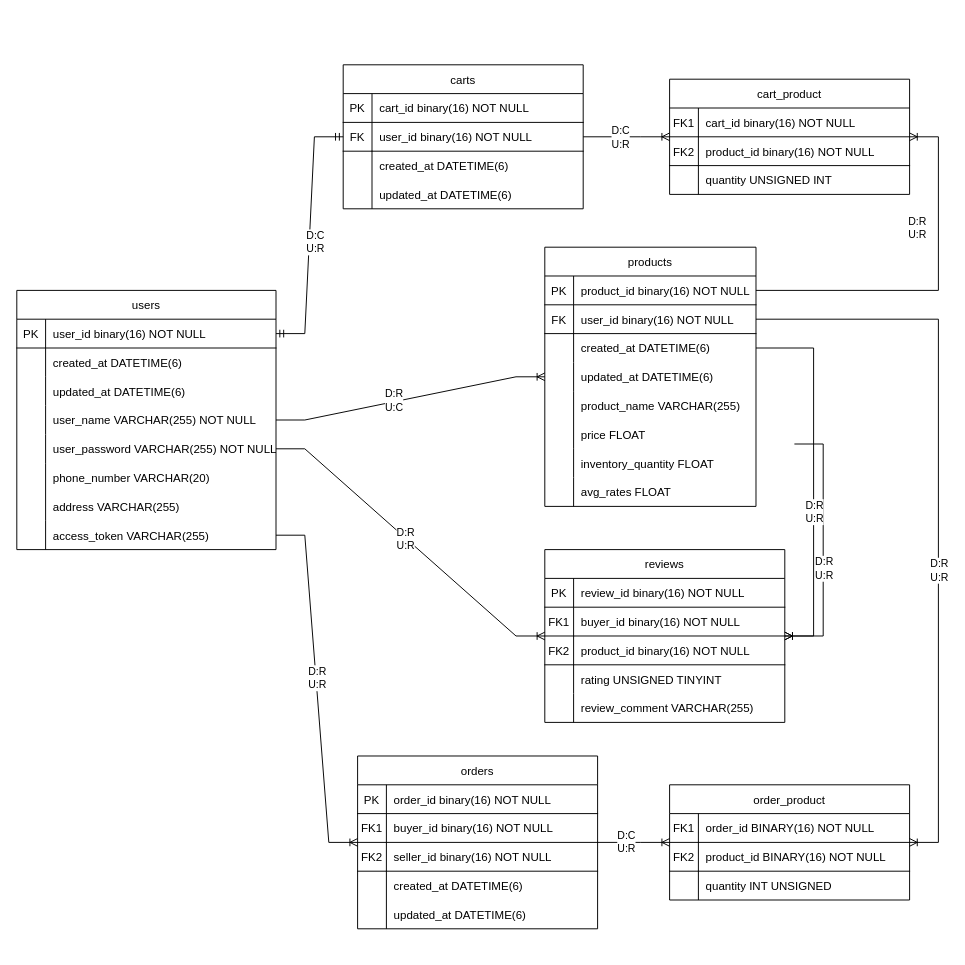
Before: docs/MonoEcom_ERD.drawio in thanhtungha/ecom-monolithic, a draw.io diagram. Source tidied: cells renumbered, new cells numbered last; positions are measured from the earlier drawing's top-left corner, leaving out a move shared by most shapes. Both pictures are drawn from the tidied source at 96%, with x=0, y=0 at pixel (16, 64).
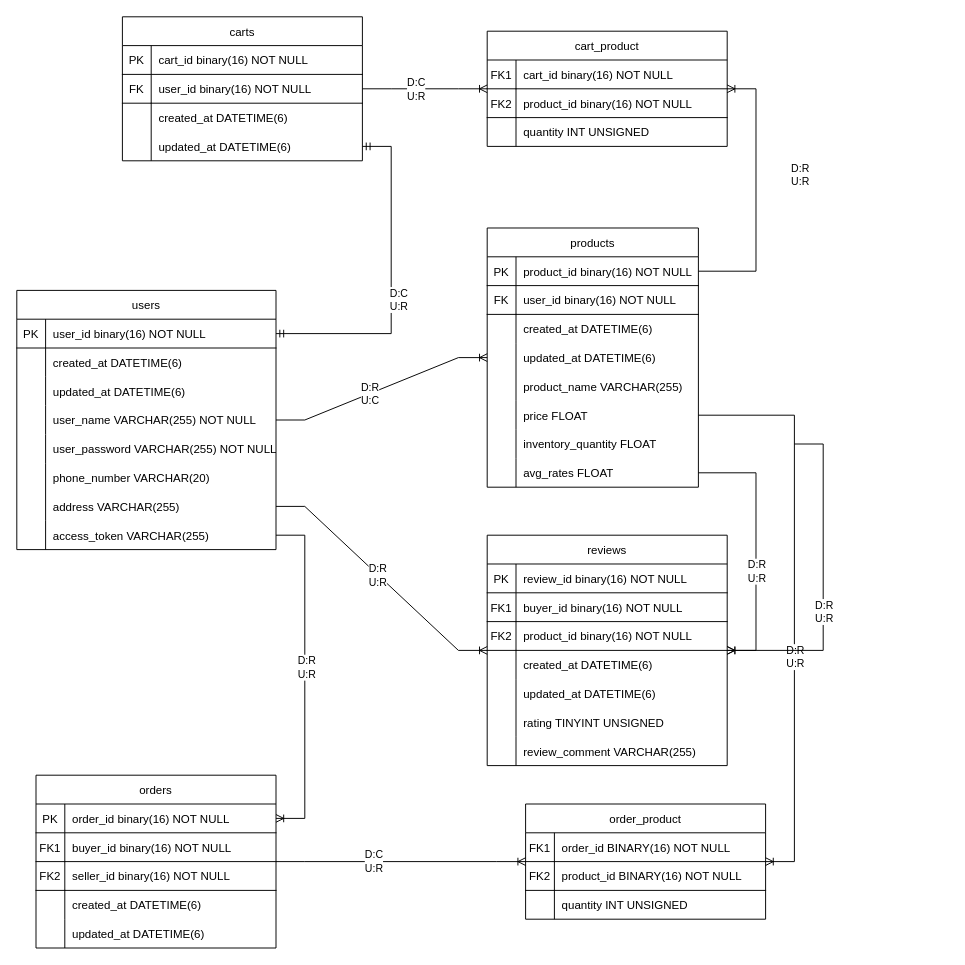
Above is the later version.

Unchanged cells that the change refers to:
```xml
<mxCell id="6" style="shape=partialRectangle;fillColor=none;points=[[0,0.5],[1,0.5]];portConstraint=eastwest;top=0;left=0;right=0;bottom=0;fontStyle=0;" parent="2" vertex="1">
  <mxGeometry y="60" width="220" height="30" as="geometry" />
</mxCell>
<mxCell id="9" style="shape=partialRectangle;fillColor=none;points=[[0,0.5],[1,0.5]];portConstraint=eastwest;top=0;left=0;right=0;bottom=0;fontStyle=0;" parent="2" vertex="1">
  <mxGeometry y="90" width="220" height="30" as="geometry" />
</mxCell>
<mxCell id="18" style="shape=partialRectangle;fillColor=none;points=[[0,0.5],[1,0.5]];portConstraint=eastwest;top=0;left=0;right=0;bottom=0;fontStyle=0;" parent="2" vertex="1">
  <mxGeometry y="180" width="220" height="30" as="geometry" />
</mxCell>
<mxCell id="24" style="shape=partialRectangle;fillColor=none;points=[[0,0.5],[1,0.5]];portConstraint=eastwest;top=0;left=0;right=0;bottom=0;fontStyle=0;" parent="2" vertex="1">
  <mxGeometry y="240" width="220" height="30" as="geometry" />
</mxCell>
<mxCell id="37" style="shape=partialRectangle;fillColor=none;points=[[0,0.5],[1,0.5]];portConstraint=eastwest;top=0;left=0;right=0;bottom=0;fontStyle=0;" parent="27" vertex="1">
  <mxGeometry y="120" width="250" height="30" as="geometry" />
</mxCell>
<mxCell id="41" style="shape=partialRectangle;fillColor=none;points=[[0,0.5],[1,0.5]];portConstraint=eastwest;top=0;left=0;right=0;bottom=1;fontStyle=0;" parent="40" vertex="1">
  <mxGeometry y="30" width="270" height="30" as="geometry" />
</mxCell>
<mxCell id="53" style="shape=partialRectangle;fillColor=none;points=[[0,0.5],[1,0.5]];portConstraint=eastwest;top=0;left=0;right=0;bottom=0;fontStyle=0;" parent="40" vertex="1">
  <mxGeometry y="150" width="270" height="30" as="geometry" />
</mxCell>
<mxCell id="59" style="shape=partialRectangle;fillColor=none;points=[[0,0.5],[1,0.5]];portConstraint=eastwest;top=0;left=0;right=0;bottom=0;fontStyle=0;" parent="40" vertex="1">
  <mxGeometry y="210" width="270" height="30" as="geometry" />
</mxCell>
<mxCell id="62" style="shape=partialRectangle;fillColor=none;points=[[0,0.5],[1,0.5]];portConstraint=eastwest;top=0;left=0;right=0;bottom=0;fontStyle=0;" parent="40" vertex="1">
  <mxGeometry y="240" width="270" height="30" as="geometry" />
</mxCell>
<mxCell id="66" style="shape=partialRectangle;fillColor=none;points=[[0,0.5],[1,0.5]];portConstraint=eastwest;top=0;left=0;right=0;bottom=1;fontStyle=0;" parent="65" vertex="1">
  <mxGeometry y="30" width="250" height="30" as="geometry" />
</mxCell>
<mxCell id="94" style="shape=partialRectangle;fillColor=none;top=0;left=0;right=0;bottom=0;fontStyle=0;" parent="87" vertex="1">
  <mxGeometry y="90" width="250" height="30" as="geometry" />
</mxCell>
<mxCell id="125" style="shape=partialRectangle;fillColor=none;top=0;left=0;right=0;bottom=0;fontStyle=0;" parent="115" vertex="1">
  <mxGeometry y="120" width="250" height="30" as="geometry" />
</mxCell>
<mxCell id="128" style="shape=partialRectangle;fillColor=none;top=0;left=0;right=0;bottom=0;fontStyle=0;" parent="115" vertex="1">
  <mxGeometry y="150" width="250" height="30" as="geometry" />
</mxCell>
```

Change to the diagram source:
```diff
@@
     <mxCell id="2" value="products" style="shape=table;startSize=30;childLayout=tableLayout;rowLines=0;fontStyle=0;align=center;noLabel=0;shadow=0;rounded=0;columnLines=1;strokeColor=default;swimlaneLine=1;bottom=1;left=1;right=1;fillOpacity=100;" parent="1" vertex="1">
-      <mxGeometry x="550" y="190" width="220" height="270" as="geometry" />
+      <mxGeometry x="490" y="170" width="220" height="270" as="geometry" />
     </mxCell>
@@
     <mxCell id="27" value="carts" style="shape=table;startSize=30;childLayout=tableLayout;rowLines=0;fontStyle=0;align=center;resizeLastRow=0;" parent="1" vertex="1">
-      <mxGeometry x="340" width="250" height="150" as="geometry" />
+      <mxGeometry x="110" y="-50" width="250" height="150" as="geometry" />
     </mxCell>
@@
     <mxCell id="65" value="orders" style="shape=table;startSize=30;childLayout=tableLayout;rowLines=0;fontStyle=0;align=center;columnLines=1;" parent="1" vertex="1">
-      <mxGeometry x="355" y="720" width="250" height="180" as="geometry" />
+      <mxGeometry x="20" y="740" width="250" height="180" as="geometry" />
     </mxCell>
@@
-    <mxCell id="81" style="edgeStyle=entityRelationEdgeStyle;fontSize=12;html=1;endArrow=ERoneToMany;rounded=0;fontStyle=0;exitX=1;exitY=0.5;exitDx=0;exitDy=0;" parent="1" edge="1" source="62" target="65">
+    <mxCell id="81" style="edgeStyle=entityRelationEdgeStyle;fontSize=12;html=1;endArrow=ERoneToMany;rounded=0;fontStyle=0;exitX=1;exitY=0.5;exitDx=0;exitDy=0;entryX=1;entryY=0.5;entryDx=0;entryDy=0;" parent="1" edge="1" source="62" target="66">
       <mxGeometry relative="1" as="geometry" />
     </mxCell>
@@
-    <mxCell id="83" style="edgeStyle=entityRelationEdgeStyle;fontSize=12;html=1;endArrow=ERmandOne;startArrow=ERmandOne;rounded=0;fontStyle=0;exitX=1;exitY=0.5;exitDx=0;exitDy=0;" parent="1" edge="1" source="41" target="27">
+    <mxCell id="83" style="edgeStyle=entityRelationEdgeStyle;fontSize=12;html=1;endArrow=ERmandOne;startArrow=ERmandOne;rounded=0;fontStyle=0;exitX=1;exitY=0.5;exitDx=0;exitDy=0;" parent="1" edge="1" source="41" target="37">
       <mxGeometry relative="1" as="geometry">
         <Array as="points">
           <mxPoint x="150" y="240" />
         </Array>
       </mxGeometry>
     </mxCell>
@@
     <mxCell id="87" value="cart_product" style="shape=table;startSize=30;childLayout=tableLayout;rowLines=0;fontStyle=0;align=center;resizeLastRow=0;" parent="1" vertex="1">
-      <mxGeometry x="680" y="15" width="250" height="120" as="geometry" />
+      <mxGeometry x="490" y="-35" width="250" height="120" as="geometry" />
     </mxCell>
@@
-    <mxCell id="96" value="quantity UNSIGNED INT" style="shape=partialRectangle;overflow=hidden;fillColor=none;top=0;left=0;bottom=0;right=0;align=left;spacingLeft=6;fontStyle=0;" parent="94" vertex="1">
+    <mxCell id="96" value="quantity INT UNSIGNED" style="shape=partialRectangle;overflow=hidden;fillColor=none;top=0;left=0;bottom=0;right=0;align=left;spacingLeft=6;fontStyle=0;" parent="94" vertex="1">
       <mxGeometry x="30" width="220" height="30" as="geometry" />
     </mxCell>
@@
     <mxCell id="99" value="order_product" style="shape=table;startSize=30;childLayout=tableLayout;rowLines=0;fontStyle=0;align=center;columnLines=1;" parent="1" vertex="1">
-      <mxGeometry x="680" y="750" width="250" height="120" as="geometry" />
+      <mxGeometry x="530" y="770" width="250" height="120" as="geometry" />
     </mxCell>
@@
-    <mxCell id="111" style="edgeStyle=entityRelationEdgeStyle;fontSize=12;html=1;endArrow=ERoneToMany;rounded=0;exitX=1;exitY=0.5;exitDx=0;exitDy=0;" parent="1" edge="1" source="6" target="99">
+    <mxCell id="111" style="edgeStyle=entityRelationEdgeStyle;fontSize=12;html=1;endArrow=ERoneToMany;rounded=0;exitX=1;exitY=0.5;exitDx=0;exitDy=0;" parent="1" edge="1" source="18" target="99">
       <mxGeometry relative="1" as="geometry" />
     </mxCell>
@@
     <mxCell id="115" value="reviews" style="shape=table;startSize=30;childLayout=tableLayout;rowLines=0;fontStyle=0;align=center;" parent="1" vertex="1">
-      <mxGeometry x="550" y="505" width="250" height="180" as="geometry" />
+      <mxGeometry x="490" y="490" width="250" height="240" as="geometry" />
     </mxCell>
@@
-    <mxCell id="127" value="rating UNSIGNED TINYINT" style="shape=partialRectangle;overflow=hidden;fillColor=none;top=0;left=0;bottom=0;right=0;align=left;spacingLeft=6;fontStyle=0;" parent="125" vertex="1">
+    <mxCell id="127" value="created_at DATETIME(6)" style="shape=partialRectangle;overflow=hidden;fillColor=none;top=0;left=0;bottom=0;right=0;align=left;spacingLeft=6;fontStyle=0;" parent="125" vertex="1">
       <mxGeometry x="30" width="220" height="30" as="geometry" />
     </mxCell>
@@
-    <mxCell id="130" value="review_comment VARCHAR(255)" style="shape=partialRectangle;overflow=hidden;fillColor=none;top=0;left=0;bottom=0;right=0;align=left;spacingLeft=6;fontStyle=0;" parent="128" vertex="1">
+    <mxCell id="130" value="updated_at DATETIME(6)" style="shape=partialRectangle;overflow=hidden;fillColor=none;top=0;left=0;bottom=0;right=0;align=left;spacingLeft=6;fontStyle=0;" parent="128" vertex="1">
       <mxGeometry x="30" width="220" height="30" as="geometry" />
     </mxCell>
+    <mxCell id="137" style="shape=partialRectangle;fillColor=none;top=0;left=0;right=0;bottom=0;fontStyle=0;" parent="115" vertex="1">
+      <mxGeometry y="180" width="250" height="30" as="geometry" />
+    </mxCell>
+    <mxCell id="138" style="shape=partialRectangle;overflow=hidden;fillColor=none;top=0;left=0;bottom=0;right=0;fontStyle=0;" parent="137" vertex="1">
+      <mxGeometry width="30" height="30" as="geometry" />
+    </mxCell>
+    <mxCell id="139" value="rating TINYINT UNSIGNED" style="shape=partialRectangle;overflow=hidden;fillColor=none;top=0;left=0;bottom=0;right=0;align=left;spacingLeft=6;fontStyle=0;" parent="137" vertex="1">
+      <mxGeometry x="30" width="220" height="30" as="geometry" />
+    </mxCell>
+    <mxCell id="140" style="shape=partialRectangle;fillColor=none;top=0;left=0;right=0;bottom=0;fontStyle=0;" parent="115" vertex="1">
+      <mxGeometry y="210" width="250" height="30" as="geometry" />
+    </mxCell>
+    <mxCell id="141" style="shape=partialRectangle;overflow=hidden;fillColor=none;top=0;left=0;bottom=0;right=0;fontStyle=0;" parent="140" vertex="1">
+      <mxGeometry width="30" height="30" as="geometry" />
+    </mxCell>
+    <mxCell id="142" value="review_comment VARCHAR(255)" style="shape=partialRectangle;overflow=hidden;fillColor=none;top=0;left=0;bottom=0;right=0;align=left;spacingLeft=6;fontStyle=0;" parent="140" vertex="1">
+      <mxGeometry x="30" width="220" height="30" as="geometry" />
+    </mxCell>
-    <mxCell id="131" style="edgeStyle=entityRelationEdgeStyle;fontSize=12;html=1;endArrow=ERoneToMany;rounded=0;fontStyle=0;exitX=1;exitY=0.5;exitDx=0;exitDy=0;" parent="1" edge="1" source="53" target="115">
+    <mxCell id="131" style="edgeStyle=entityRelationEdgeStyle;fontSize=12;html=1;endArrow=ERoneToMany;rounded=0;fontStyle=0;exitX=1;exitY=0.5;exitDx=0;exitDy=0;" parent="1" edge="1" source="59" target="115">
       <mxGeometry relative="1" as="geometry" />
     </mxCell>
@@
-    <mxCell id="135" style="edgeStyle=entityRelationEdgeStyle;fontSize=12;html=1;endArrow=ERoneToMany;rounded=0;exitX=1;exitY=0.5;exitDx=0;exitDy=0;" parent="1" edge="1" source="9" target="115">
+    <mxCell id="135" style="edgeStyle=entityRelationEdgeStyle;fontSize=12;html=1;endArrow=ERoneToMany;rounded=0;exitX=1;exitY=0.5;exitDx=0;exitDy=0;" parent="1" edge="1" source="24" target="115">
       <mxGeometry relative="1" as="geometry" />
     </mxCell>
```
